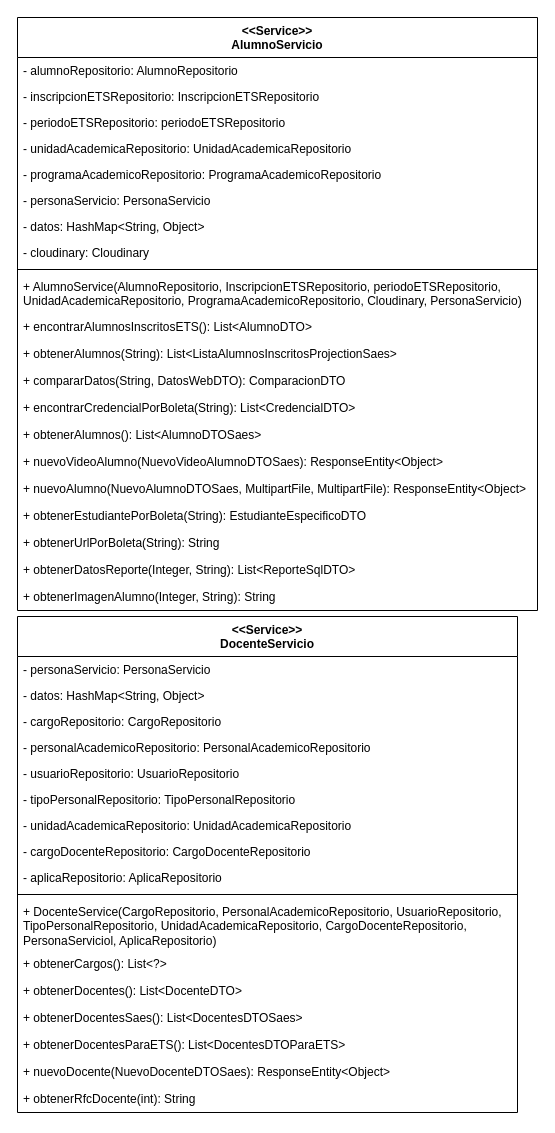
The draw.io diagram page "Services1" (1 of 8) of Clases/Services.drawio in Jajr16/DocumentacionTT, before the edit. Source tidied: cells renumbered, new cells numbered last; positions are measured from the earlier drawing's top-left corner, leaving out a move shared by most shapes. Both pictures are drawn from the tidied source at 100%, with x=0, y=0 at pixel (17, 17).
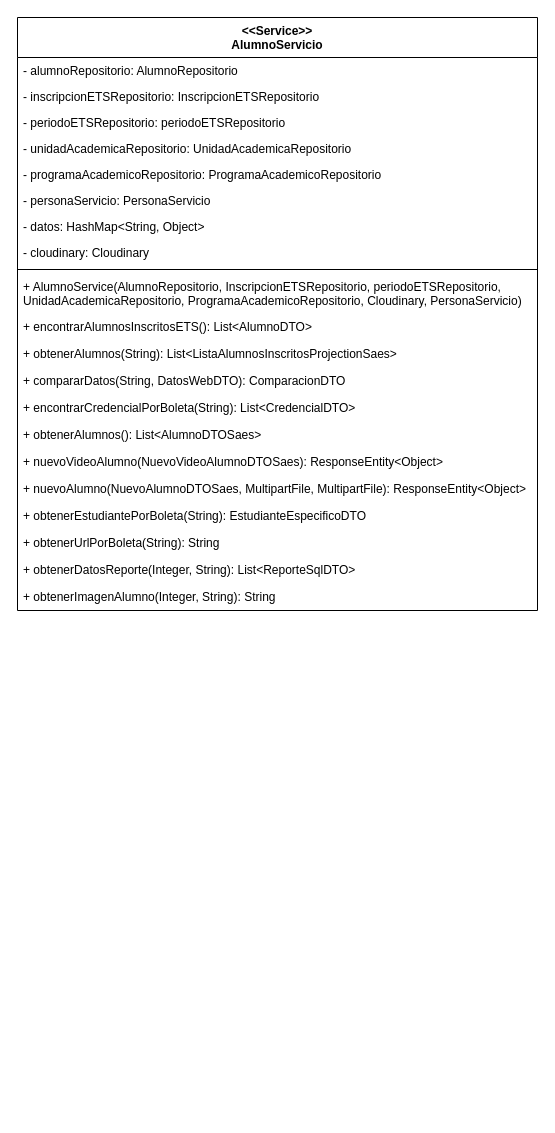
The same page after the edit.

Change to the diagram source:
```diff
@@
-    <mxCell id="24" value="&lt;div&gt;&amp;lt;&amp;lt;Service&amp;gt;&amp;gt;&lt;/div&gt;DocenteServicio" style="swimlane;fontStyle=1;align=center;verticalAlign=top;horizontal=1;startSize=40;whiteSpace=wrap;html=1;" parent="1" vertex="1">
-      <mxGeometry y="599" width="500" height="496" as="geometry" />
-    </mxCell>
-    <mxCell id="25" value="- personaServicio: PersonaServicio" style="text;strokeColor=none;fillColor=none;align=left;verticalAlign=top;spacingLeft=4;spacingRight=4;overflow=hidden;whiteSpace=wrap;html=1;" parent="24" vertex="1">
-      <mxGeometry y="40" width="500" height="26" as="geometry" />
-    </mxCell>
-    <mxCell id="26" value="- datos: HashMap&amp;lt;String, Object&amp;gt;" style="text;strokeColor=none;fillColor=none;align=left;verticalAlign=top;spacingLeft=4;spacingRight=4;overflow=hidden;whiteSpace=wrap;html=1;" parent="24" vertex="1">
-      <mxGeometry y="66" width="500" height="26" as="geometry" />
-    </mxCell>
-    <mxCell id="27" value="- cargoRepositorio: CargoRepositorio" style="text;strokeColor=none;fillColor=none;align=left;verticalAlign=top;spacingLeft=4;spacingRight=4;overflow=hidden;whiteSpace=wrap;html=1;" parent="24" vertex="1">
-      <mxGeometry y="92" width="500" height="26" as="geometry" />
-    </mxCell>
-    <mxCell id="28" value="- personalAcademicoRepositorio: PersonalAcademicoRepositorio" style="text;strokeColor=none;fillColor=none;align=left;verticalAlign=top;spacingLeft=4;spacingRight=4;overflow=hidden;whiteSpace=wrap;html=1;" parent="24" vertex="1">
-      <mxGeometry y="118" width="500" height="26" as="geometry" />
-    </mxCell>
-    <mxCell id="29" value="- usuarioRepositorio: UsuarioRepositorio" style="text;strokeColor=none;fillColor=none;align=left;verticalAlign=top;spacingLeft=4;spacingRight=4;overflow=hidden;whiteSpace=wrap;html=1;" parent="24" vertex="1">
-      <mxGeometry y="144" width="500" height="26" as="geometry" />
-    </mxCell>
-    <mxCell id="30" value="- tipoPersonalRepositorio: TipoPersonalRepositorio" style="text;strokeColor=none;fillColor=none;align=left;verticalAlign=top;spacingLeft=4;spacingRight=4;overflow=hidden;whiteSpace=wrap;html=1;" parent="24" vertex="1">
-      <mxGeometry y="170" width="500" height="26" as="geometry" />
-    </mxCell>
-    <mxCell id="31" value="- unidadAcademicaRepositorio: UnidadAcademicaRepositorio" style="text;strokeColor=none;fillColor=none;align=left;verticalAlign=top;spacingLeft=4;spacingRight=4;overflow=hidden;whiteSpace=wrap;html=1;" parent="24" vertex="1">
-      <mxGeometry y="196" width="500" height="26" as="geometry" />
-    </mxCell>
-    <mxCell id="32" value="- cargoDocenteRepositorio: CargoDocenteRepositorio" style="text;strokeColor=none;fillColor=none;align=left;verticalAlign=top;spacingLeft=4;spacingRight=4;overflow=hidden;whiteSpace=wrap;html=1;" parent="24" vertex="1">
-      <mxGeometry y="222" width="500" height="26" as="geometry" />
-    </mxCell>
-    <mxCell id="33" value="- aplicaRepositorio: AplicaRepositorio" style="text;strokeColor=none;fillColor=none;align=left;verticalAlign=top;spacingLeft=4;spacingRight=4;overflow=hidden;whiteSpace=wrap;html=1;" parent="24" vertex="1">
-      <mxGeometry y="248" width="500" height="26" as="geometry" />
-    </mxCell>
-    <mxCell id="34" style="line;strokeWidth=1;fillColor=none;align=left;verticalAlign=middle;spacingTop=-1;spacingLeft=3;spacingRight=3;labelPosition=right;strokeColor=inherit;" parent="24" vertex="1">
-      <mxGeometry y="274" width="500" height="8" as="geometry" />
-    </mxCell>
-    <mxCell id="35" value="+ DocenteService(CargoRepositorio, PersonalAcademicoRepositorio, UsuarioRepositorio, TipoPersonalRepositorio, UnidadAcademicaRepositorio, CargoDocenteRepositorio, PersonaServiciol, AplicaRepositorio)" style="text;strokeColor=none;fillColor=none;align=left;verticalAlign=top;spacingLeft=4;spacingRight=4;overflow=hidden;whiteSpace=wrap;html=1;" parent="24" vertex="1">
-      <mxGeometry y="282" width="500" height="52" as="geometry" />
-    </mxCell>
-    <mxCell id="36" value="+&amp;nbsp;obtenerCargos():&amp;nbsp;List&amp;lt;?&amp;gt;" style="text;strokeColor=none;fillColor=none;align=left;verticalAlign=top;spacingLeft=4;spacingRight=4;overflow=hidden;whiteSpace=wrap;html=1;" parent="24" vertex="1">
-      <mxGeometry y="334" width="500" height="27" as="geometry" />
-    </mxCell>
-    <mxCell id="37" value="+&amp;nbsp;obtenerDocentes():&amp;nbsp;List&amp;lt;DocenteDTO&amp;gt;" style="text;strokeColor=none;fillColor=none;align=left;verticalAlign=top;spacingLeft=4;spacingRight=4;overflow=hidden;whiteSpace=wrap;html=1;" parent="24" vertex="1">
-      <mxGeometry y="361" width="500" height="27" as="geometry" />
-    </mxCell>
-    <mxCell id="38" value="+&amp;nbsp;obtenerDocentesSaes():&amp;nbsp;List&amp;lt;DocentesDTOSaes&amp;gt;&amp;nbsp;" style="text;strokeColor=none;fillColor=none;align=left;verticalAlign=top;spacingLeft=4;spacingRight=4;overflow=hidden;whiteSpace=wrap;html=1;" parent="24" vertex="1">
-      <mxGeometry y="388" width="500" height="27" as="geometry" />
-    </mxCell>
-    <mxCell id="39" value="+&amp;nbsp;obtenerDocentesParaETS(): List&amp;lt;DocentesDTOParaETS&amp;gt;&amp;nbsp;" style="text;strokeColor=none;fillColor=none;align=left;verticalAlign=top;spacingLeft=4;spacingRight=4;overflow=hidden;whiteSpace=wrap;html=1;" parent="24" vertex="1">
-      <mxGeometry y="415" width="500" height="27" as="geometry" />
-    </mxCell>
-    <mxCell id="40" value="+&amp;nbsp;nuevoDocente(NuevoDocenteDTOSaes):&amp;nbsp;ResponseEntity&amp;lt;Object&amp;gt;" style="text;strokeColor=none;fillColor=none;align=left;verticalAlign=top;spacingLeft=4;spacingRight=4;overflow=hidden;whiteSpace=wrap;html=1;" parent="24" vertex="1">
-      <mxGeometry y="442" width="500" height="27" as="geometry" />
-    </mxCell>
-    <mxCell id="41" value="+&amp;nbsp;obtenerRfcDocente(int):&amp;nbsp;String" style="text;strokeColor=none;fillColor=none;align=left;verticalAlign=top;spacingLeft=4;spacingRight=4;overflow=hidden;whiteSpace=wrap;html=1;" parent="24" vertex="1">
-      <mxGeometry y="469" width="500" height="27" as="geometry" />
-    </mxCell>
```
